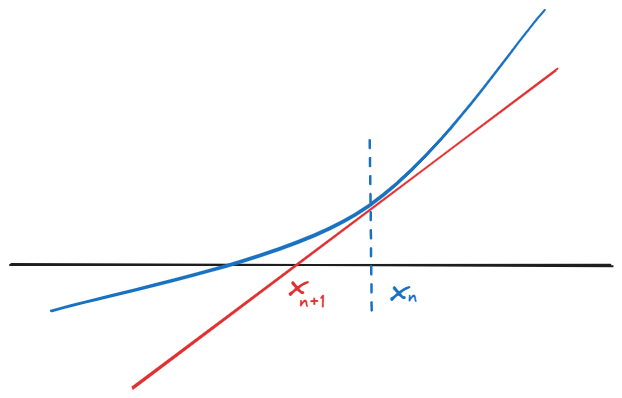
Earlier version of the Excalidraw export diplom/assets/math/optimization/tangent_line.excalidraw.png (NMashalov/EducationGenerativeModelApplication). Source tidied: one line per element, renumbered; positions are measured from the earlier drawing's top-left corner, leaving out a move shared by most shapes. Source of this version:
```json
{"id": 0, "type": "line", "strokeColor": "#1e1e1e", "strokeWidth": 2, "roughness": 1, "round": true, "x": 0, "y": 254, "width": 600, "height": 0, "points": [[0, 0], [600, 0]]}
{"id": 1, "type": "line", "strokeColor": "#1971c2", "strokeWidth": 2, "roughness": 1, "round": true, "x": 40, "y": 300, "width": 494, "height": 300, "points": [[0, 0], [304, -96], [494, -300]]}
{"id": 2, "type": "line", "strokeColor": "#e03131", "strokeWidth": 2, "roughness": 1, "round": true, "x": 546, "y": 59, "width": 426, "height": 318, "points": [[0, 0], [-426, 318]]}
{"id": 3, "type": "text", "text": "x", "strokeColor": "#e03131", "strokeWidth": 2, "roughness": 1, "fontSize": 32.81, "fontFamily": 1, "x": 277, "y": 254, "width": 18, "height": 41}
{"id": 4, "type": "text", "text": "n+1", "strokeColor": "#e03131", "strokeWidth": 2, "roughness": 1, "fontSize": 18.72, "fontFamily": 1, "x": 288, "y": 281, "width": 26, "height": 23}
{"id": 5, "type": "line", "strokeColor": "#1971c2", "strokeWidth": 2, "strokeStyle": "dashed", "roughness": 1, "round": true, "x": 358, "y": 130, "width": 2, "height": 172, "points": [[0, 0], [2, 172]]}
{"id": 6, "type": "text", "text": "x", "strokeColor": "#1971c2", "strokeWidth": 2, "roughness": 1, "fontSize": 32.81, "fontFamily": 1, "x": 378, "y": 259, "width": 18, "height": 41}
{"id": 7, "type": "text", "text": "n", "strokeColor": "#1971c2", "strokeWidth": 2, "roughness": 1, "fontSize": 18.72, "fontFamily": 1, "x": 397, "y": 276, "width": 9, "height": 23}
```
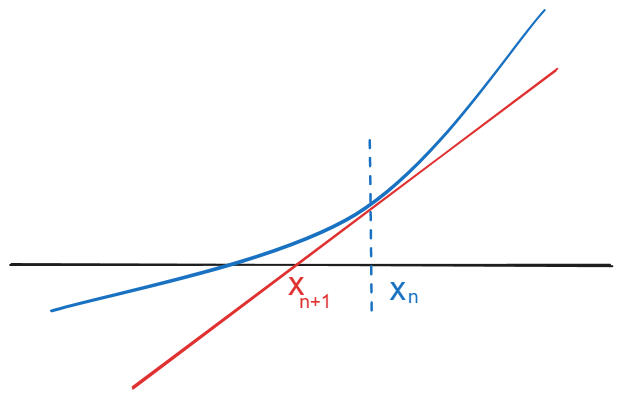
After the change.

The edit, as a diff of the source:
```diff
@@ -1,8 +1,8 @@
 {"id": 0, "type": "line", "strokeColor": "#1e1e1e", "strokeWidth": 2, "roughness": 1, "round": true, "x": 0, "y": 254, "width": 600, "height": 0, "points": [[0, 0], [600, 0]]}
 {"id": 1, "type": "line", "strokeColor": "#1971c2", "strokeWidth": 2, "roughness": 1, "round": true, "x": 40, "y": 300, "width": 494, "height": 300, "points": [[0, 0], [304, -96], [494, -300]]}
 {"id": 2, "type": "line", "strokeColor": "#e03131", "strokeWidth": 2, "roughness": 1, "round": true, "x": 546, "y": 59, "width": 426, "height": 318, "points": [[0, 0], [-426, 318]]}
-{"id": 3, "type": "text", "text": "x", "strokeColor": "#e03131", "strokeWidth": 2, "roughness": 1, "fontSize": 32.81, "fontFamily": 1, "x": 277, "y": 254, "width": 18, "height": 41}
+{"id": 3, "type": "text", "text": "x", "strokeColor": "#e03131", "strokeWidth": 2, "roughness": 1, "fontSize": 32.81, "fontFamily": 2, "x": 277, "y": 254, "width": 16, "height": 38}
-{"id": 4, "type": "text", "text": "n+1", "strokeColor": "#e03131", "strokeWidth": 2, "roughness": 1, "fontSize": 18.72, "fontFamily": 1, "x": 288, "y": 281, "width": 26, "height": 23}
+{"id": 4, "type": "text", "text": "n+1", "strokeColor": "#e03131", "strokeWidth": 2, "roughness": 1, "fontSize": 18.72, "fontFamily": 2, "x": 288, "y": 281, "width": 32, "height": 22}
 {"id": 5, "type": "line", "strokeColor": "#1971c2", "strokeWidth": 2, "strokeStyle": "dashed", "roughness": 1, "round": true, "x": 358, "y": 130, "width": 2, "height": 172, "points": [[0, 0], [2, 172]]}
-{"id": 6, "type": "text", "text": "x", "strokeColor": "#1971c2", "strokeWidth": 2, "roughness": 1, "fontSize": 32.81, "fontFamily": 1, "x": 378, "y": 259, "width": 18, "height": 41}
+{"id": 6, "type": "text", "text": "x", "strokeColor": "#1971c2", "strokeWidth": 2, "roughness": 1, "fontSize": 32.81, "fontFamily": 2, "x": 378, "y": 259, "width": 16, "height": 38}
-{"id": 7, "type": "text", "text": "n", "strokeColor": "#1971c2", "strokeWidth": 2, "roughness": 1, "fontSize": 18.72, "fontFamily": 1, "x": 397, "y": 276, "width": 9, "height": 23}
+{"id": 7, "type": "text", "text": "n", "strokeColor": "#1971c2", "strokeWidth": 2, "roughness": 1, "fontSize": 18.72, "fontFamily": 2, "x": 397, "y": 276, "width": 10, "height": 22}
```
